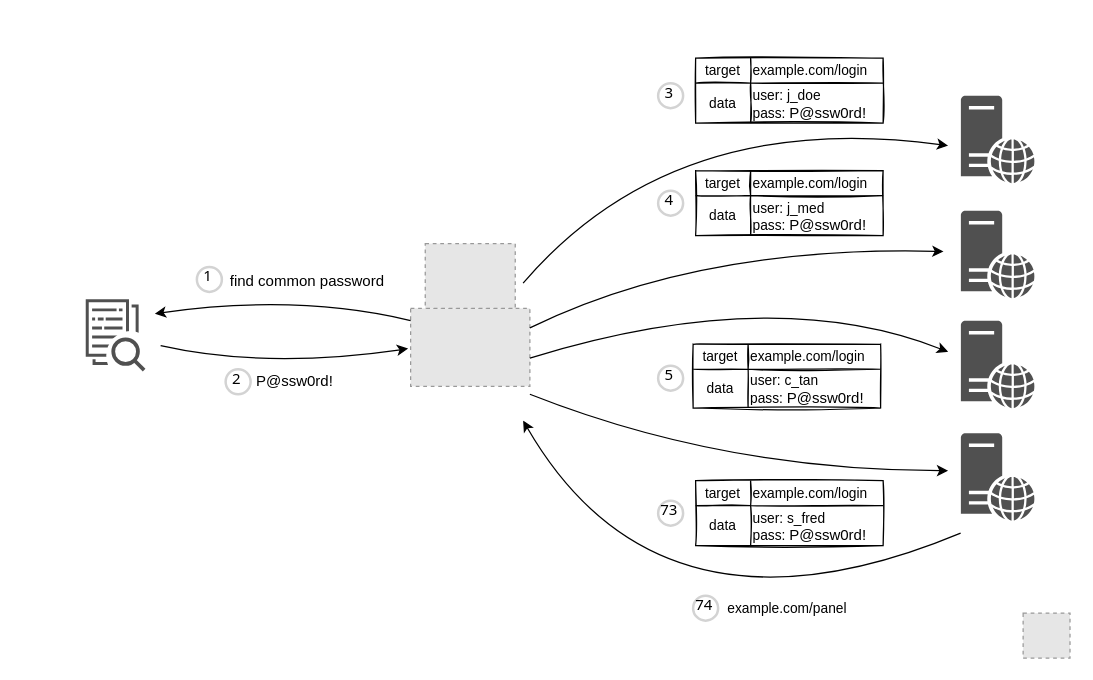
Earlier version of the draw.io diagram password-spraying.drawio (qeeqbox/password-spraying). Source tidied: cells renumbered, new cells numbered last; positions are measured from the earlier drawing's top-left corner, leaving out a move shared by most shapes. Both pictures are drawn from the tidied source at 125%, with x=0, y=0 at pixel (21, 21). Pictures stored in the file or linked from it are replaced by grey dashed boxes.
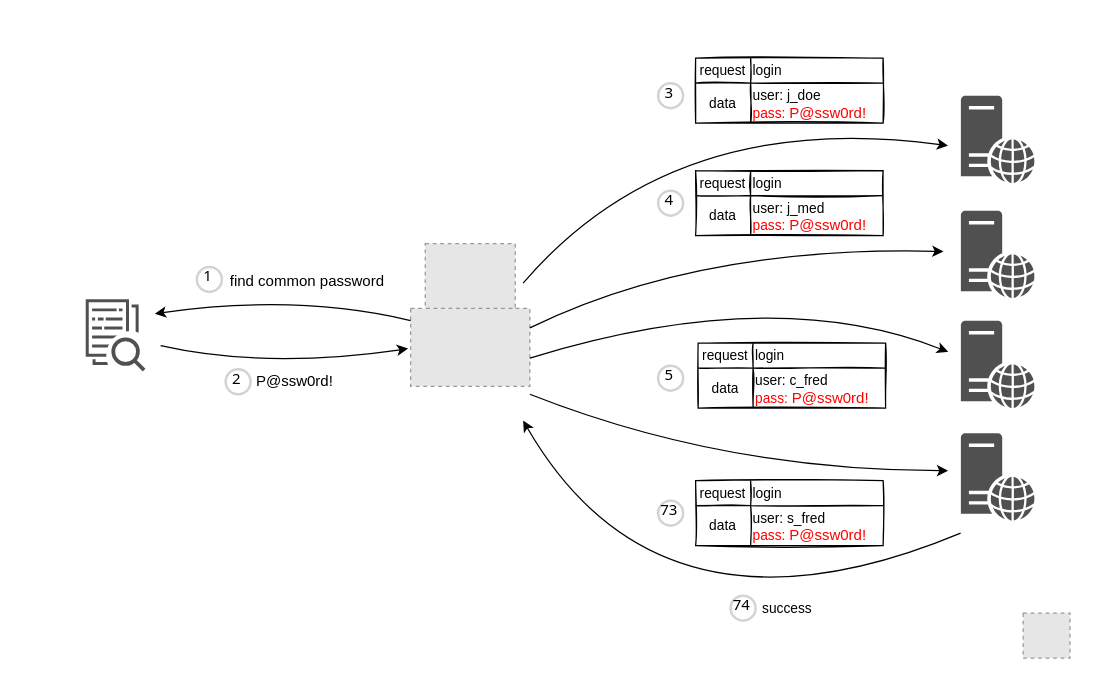
The same diagram, later.

Unchanged cells that the change refers to:
```xml
<mxCell id="15" style="shape=tableRow;horizontal=0;startSize=0;swimlaneHead=0;swimlaneBody=0;top=0;left=0;bottom=0;right=0;fillColor=none;" parent="14" vertex="1">
  <mxGeometry width="150" height="20" as="geometry" />
</mxCell>
<mxCell id="18" style="shape=tableRow;horizontal=0;startSize=0;swimlaneHead=0;swimlaneBody=0;top=0;left=0;bottom=0;right=0;fillColor=none;" parent="14" vertex="1">
  <mxGeometry y="20" width="150" height="32" as="geometry" />
</mxCell>
<mxCell id="26" style="shape=tableRow;horizontal=0;startSize=0;swimlaneHead=0;swimlaneBody=0;top=0;left=0;bottom=0;right=0;fillColor=none;" parent="25" vertex="1">
  <mxGeometry width="150" height="20" as="geometry" />
</mxCell>
<mxCell id="29" style="shape=tableRow;horizontal=0;startSize=0;swimlaneHead=0;swimlaneBody=0;top=0;left=0;bottom=0;right=0;fillColor=none;" parent="25" vertex="1">
  <mxGeometry y="20" width="150" height="32" as="geometry" />
</mxCell>
<mxCell id="40" style="shape=tableRow;horizontal=0;startSize=0;swimlaneHead=0;swimlaneBody=0;top=0;left=0;bottom=0;right=0;fillColor=none;" parent="39" vertex="1">
  <mxGeometry width="150" height="20" as="geometry" />
</mxCell>
<mxCell id="43" style="shape=tableRow;horizontal=0;startSize=0;swimlaneHead=0;swimlaneBody=0;top=0;left=0;bottom=0;right=0;fillColor=none;" parent="39" vertex="1">
  <mxGeometry y="20" width="150" height="32" as="geometry" />
</mxCell>
```

Diff of the diagram source:
```diff
@@
-    <mxCell id="16" value="&lt;font style=&quot;font-size: 11px&quot;&gt;target&lt;/font&gt;" style="shape=partialRectangle;html=1;whiteSpace=wrap;fillColor=none;top=0;left=0;bottom=0;right=0;overflow=hidden;" parent="15" vertex="1">
+    <mxCell id="16" value="&lt;font style=&quot;font-size: 11px&quot;&gt;request&lt;/font&gt;" style="shape=partialRectangle;html=1;whiteSpace=wrap;fillColor=none;top=0;left=0;bottom=0;right=0;overflow=hidden;" parent="15" vertex="1">
       <mxGeometry width="44" height="20" as="geometry" />
     </mxCell>
-    <mxCell id="17" value="&lt;span style=&quot;text-align: center&quot;&gt;&lt;font style=&quot;font-size: 11px&quot;&gt;example.com/login&lt;/font&gt;&lt;/span&gt;" style="shape=partialRectangle;html=1;whiteSpace=wrap;fillColor=none;top=0;left=0;bottom=0;right=0;overflow=hidden;align=left;" parent="15" vertex="1">
+    <mxCell id="17" value="&lt;span style=&quot;text-align: center&quot;&gt;&lt;font style=&quot;font-size: 11px&quot;&gt;login&lt;/font&gt;&lt;/span&gt;" style="shape=partialRectangle;html=1;whiteSpace=wrap;fillColor=none;top=0;left=0;bottom=0;right=0;overflow=hidden;align=left;" parent="15" vertex="1">
       <mxGeometry x="44" width="106" height="20" as="geometry" />
     </mxCell>
@@
-    <mxCell id="20" value="&lt;font style=&quot;font-size: 11px&quot;&gt;&lt;span&gt;user: j_doe&lt;/span&gt;&lt;br&gt;&lt;span&gt;pass:&amp;nbsp;&lt;/span&gt;&lt;/font&gt;&lt;span style=&quot;text-align: center&quot;&gt;P@ssw0rd!&lt;/span&gt;" style="shape=partialRectangle;html=1;whiteSpace=wrap;fillColor=none;top=0;left=0;bottom=0;right=0;overflow=hidden;align=left;" parent="18" vertex="1">
+    <mxCell id="20" value="&lt;font style=&quot;font-size: 11px&quot;&gt;&lt;span&gt;user: j_doe&lt;/span&gt;&lt;br&gt;&lt;span&gt;&lt;font color=&quot;#ff0000&quot;&gt;pass:&amp;nbsp;&lt;/font&gt;&lt;/span&gt;&lt;/font&gt;&lt;span style=&quot;text-align: center&quot;&gt;&lt;font color=&quot;#ff0000&quot;&gt;P@ssw0rd!&lt;/font&gt;&lt;/span&gt;" style="shape=partialRectangle;html=1;whiteSpace=wrap;fillColor=none;top=0;left=0;bottom=0;right=0;overflow=hidden;align=left;" parent="18" vertex="1">
       <mxGeometry x="44" width="106" height="32" as="geometry" />
     </mxCell>
@@
-    <mxCell id="27" value="&lt;span style=&quot;font-size: 11px&quot;&gt;target&lt;/span&gt;" style="shape=partialRectangle;html=1;whiteSpace=wrap;fillColor=none;top=0;left=0;bottom=0;right=0;overflow=hidden;" parent="26" vertex="1">
+    <mxCell id="27" value="&lt;span style=&quot;font-size: 11px&quot;&gt;request&lt;/span&gt;" style="shape=partialRectangle;html=1;whiteSpace=wrap;fillColor=none;top=0;left=0;bottom=0;right=0;overflow=hidden;" parent="26" vertex="1">
       <mxGeometry width="44" height="20" as="geometry" />
     </mxCell>
-    <mxCell id="28" value="&lt;span style=&quot;font-size: 11px ; text-align: center&quot;&gt;example.com/login&lt;/span&gt;" style="shape=partialRectangle;html=1;whiteSpace=wrap;fillColor=none;top=0;left=0;bottom=0;right=0;overflow=hidden;align=left;" parent="26" vertex="1">
+    <mxCell id="28" value="&lt;span style=&quot;font-size: 11px ; text-align: center&quot;&gt;login&lt;/span&gt;" style="shape=partialRectangle;html=1;whiteSpace=wrap;fillColor=none;top=0;left=0;bottom=0;right=0;overflow=hidden;align=left;" parent="26" vertex="1">
       <mxGeometry x="44" width="106" height="20" as="geometry" />
     </mxCell>
@@
-    <mxCell id="31" value="&lt;font style=&quot;font-size: 11px&quot;&gt;&lt;span&gt;user: j_med&lt;/span&gt;&lt;br&gt;&lt;span&gt;pass:&amp;nbsp;&lt;/span&gt;&lt;/font&gt;&lt;span style=&quot;text-align: center&quot;&gt;P@ssw0rd!&lt;/span&gt;" style="shape=partialRectangle;html=1;whiteSpace=wrap;fillColor=none;top=0;left=0;bottom=0;right=0;overflow=hidden;align=left;" parent="29" vertex="1">
+    <mxCell id="31" value="&lt;font style=&quot;font-size: 11px&quot;&gt;&lt;span&gt;user: j_med&lt;/span&gt;&lt;br&gt;&lt;span&gt;&lt;font color=&quot;#ff0000&quot;&gt;pass:&amp;nbsp;&lt;/font&gt;&lt;/span&gt;&lt;/font&gt;&lt;span style=&quot;text-align: center&quot;&gt;&lt;font color=&quot;#ff0000&quot;&gt;P@ssw0rd!&lt;/font&gt;&lt;/span&gt;" style="shape=partialRectangle;html=1;whiteSpace=wrap;fillColor=none;top=0;left=0;bottom=0;right=0;overflow=hidden;align=left;" parent="29" vertex="1">
       <mxGeometry x="44" width="106" height="32" as="geometry" />
     </mxCell>
-    <mxCell id="32" style="shape=table;html=1;whiteSpace=wrap;startSize=0;childLayout=tableLayout;align=left;rounded=0;shadow=0;sketch=1;arcSize=0;" parent="1" vertex="1">
-      <mxGeometry x="537" y="257.9" width="150" height="51" as="geometry" />
-    </mxCell>
-    <mxCell id="33" style="shape=tableRow;horizontal=0;startSize=0;swimlaneHead=0;swimlaneBody=0;top=0;left=0;bottom=0;right=0;fillColor=none;" parent="32" vertex="1">
-      <mxGeometry width="150" height="20" as="geometry" />
-    </mxCell>
-    <mxCell id="34" value="&lt;span style=&quot;font-size: 11px&quot;&gt;target&lt;/span&gt;" style="shape=partialRectangle;html=1;whiteSpace=wrap;fillColor=none;top=0;left=0;bottom=0;right=0;overflow=hidden;" parent="33" vertex="1">
-      <mxGeometry width="44" height="20" as="geometry" />
-    </mxCell>
-    <mxCell id="35" value="&lt;span style=&quot;font-size: 11px ; text-align: center&quot;&gt;example.com/login&lt;/span&gt;" style="shape=partialRectangle;html=1;whiteSpace=wrap;fillColor=none;top=0;left=0;bottom=0;right=0;overflow=hidden;align=left;" parent="33" vertex="1">
-      <mxGeometry x="44" width="106" height="20" as="geometry" />
-    </mxCell>
-    <mxCell id="36" style="shape=tableRow;horizontal=0;startSize=0;swimlaneHead=0;swimlaneBody=0;top=0;left=0;bottom=0;right=0;fillColor=none;" parent="32" vertex="1">
-      <mxGeometry y="20" width="150" height="31" as="geometry" />
-    </mxCell>
-    <mxCell id="37" value="&lt;font style=&quot;font-size: 11px&quot;&gt;data&lt;/font&gt;" style="shape=partialRectangle;html=1;whiteSpace=wrap;fillColor=none;top=0;left=0;bottom=0;right=0;overflow=hidden;" parent="36" vertex="1">
-      <mxGeometry width="44" height="31" as="geometry" />
-    </mxCell>
-    <mxCell id="38" value="&lt;font style=&quot;font-size: 11px&quot;&gt;&lt;span&gt;user: c_tan&lt;/span&gt;&lt;br&gt;&lt;span&gt;pass:&amp;nbsp;&lt;/span&gt;&lt;/font&gt;&lt;span style=&quot;text-align: center&quot;&gt;P@ssw0rd!&lt;/span&gt;" style="shape=partialRectangle;html=1;whiteSpace=wrap;fillColor=none;top=0;left=0;bottom=0;right=0;overflow=hidden;align=left;" parent="36" vertex="1">
-      <mxGeometry x="44" width="106" height="31" as="geometry" />
-    </mxCell>
@@
-    <mxCell id="41" value="&lt;span style=&quot;font-size: 11px&quot;&gt;target&lt;/span&gt;" style="shape=partialRectangle;html=1;whiteSpace=wrap;fillColor=none;top=0;left=0;bottom=0;right=0;overflow=hidden;" parent="40" vertex="1">
+    <mxCell id="41" value="&lt;span style=&quot;font-size: 11px&quot;&gt;request&lt;/span&gt;" style="shape=partialRectangle;html=1;whiteSpace=wrap;fillColor=none;top=0;left=0;bottom=0;right=0;overflow=hidden;" parent="40" vertex="1">
       <mxGeometry width="44" height="20" as="geometry" />
     </mxCell>
-    <mxCell id="42" value="&lt;span style=&quot;font-size: 11px ; text-align: center&quot;&gt;example.com/login&lt;/span&gt;" style="shape=partialRectangle;html=1;whiteSpace=wrap;fillColor=none;top=0;left=0;bottom=0;right=0;overflow=hidden;align=left;" parent="40" vertex="1">
+    <mxCell id="42" value="&lt;span style=&quot;font-size: 11px ; text-align: center&quot;&gt;login&lt;/span&gt;" style="shape=partialRectangle;html=1;whiteSpace=wrap;fillColor=none;top=0;left=0;bottom=0;right=0;overflow=hidden;align=left;" parent="40" vertex="1">
       <mxGeometry x="44" width="106" height="20" as="geometry" />
     </mxCell>
@@
-    <mxCell id="45" value="&lt;font&gt;&lt;span style=&quot;font-size: 11px&quot;&gt;user: s_fred&lt;/span&gt;&lt;br&gt;&lt;span style=&quot;font-size: 11px&quot;&gt;pass:&amp;nbsp;&lt;/span&gt;&lt;/font&gt;&lt;span style=&quot;text-align: center&quot;&gt;P@ssw0rd!&lt;/span&gt;" style="shape=partialRectangle;html=1;whiteSpace=wrap;fillColor=none;top=0;left=0;bottom=0;right=0;overflow=hidden;align=left;" parent="43" vertex="1">
+    <mxCell id="45" value="&lt;font&gt;&lt;span style=&quot;font-size: 11px&quot;&gt;user: s_fred&lt;/span&gt;&lt;br&gt;&lt;span style=&quot;font-size: 11px&quot;&gt;&lt;font color=&quot;#ff0000&quot;&gt;pass:&amp;nbsp;&lt;/font&gt;&lt;/span&gt;&lt;/font&gt;&lt;span style=&quot;text-align: center&quot;&gt;&lt;font color=&quot;#ff0000&quot;&gt;P@ssw0rd!&lt;/font&gt;&lt;/span&gt;" style="shape=partialRectangle;html=1;whiteSpace=wrap;fillColor=none;top=0;left=0;bottom=0;right=0;overflow=hidden;align=left;" parent="43" vertex="1">
       <mxGeometry x="44" width="106" height="32" as="geometry" />
     </mxCell>
@@
-    <mxCell id="54" value="&lt;span style=&quot;font-size: 11px&quot;&gt;example&lt;/span&gt;&lt;span style=&quot;font-size: 11px&quot;&gt;.com/panel&lt;/span&gt;" style="text;html=1;align=center;verticalAlign=middle;strokeColor=none;fillColor=none;" parent="1" vertex="1">
-      <mxGeometry x="557" y="459" width="110" height="20" as="geometry" />
+    <mxCell id="54" value="&lt;span style=&quot;font-size: 11px&quot;&gt;success&lt;/span&gt;" style="text;html=1;align=center;verticalAlign=middle;strokeColor=none;fillColor=none;" parent="1" vertex="1">
+      <mxGeometry x="582" y="459" width="60" height="20" as="geometry" />
     </mxCell>
     <mxCell id="55" value="74" style="ellipse;whiteSpace=wrap;html=1;strokeWidth=2;fontFamily=Tahoma;spacingBottom=4;spacingRight=2;strokeColor=#d3d3d3;" parent="1" vertex="1">
-      <mxGeometry x="537" y="459" width="20" height="20" as="geometry" />
+      <mxGeometry x="567" y="459" width="20" height="20" as="geometry" />
     </mxCell>
@@
+    <mxCell id="61" style="shape=table;html=1;whiteSpace=wrap;startSize=0;childLayout=tableLayout;align=left;rounded=0;shadow=0;sketch=1;arcSize=0;" parent="1" vertex="1">
+      <mxGeometry x="541" y="257" width="150" height="52" as="geometry" />
+    </mxCell>
+    <mxCell id="33" style="shape=tableRow;horizontal=0;startSize=0;swimlaneHead=0;swimlaneBody=0;top=0;left=0;bottom=0;right=0;fillColor=none;" parent="61" vertex="1">
+      <mxGeometry width="150" height="20" as="geometry" />
+    </mxCell>
+    <mxCell id="62" value="&lt;span style=&quot;font-size: 11px&quot;&gt;request&lt;/span&gt;" style="shape=partialRectangle;html=1;whiteSpace=wrap;fillColor=none;top=0;left=0;bottom=0;right=0;overflow=hidden;" parent="33" vertex="1">
+      <mxGeometry width="44" height="20" as="geometry" />
+    </mxCell>
+    <mxCell id="63" value="&lt;span style=&quot;font-size: 11px ; text-align: center&quot;&gt;login&lt;/span&gt;" style="shape=partialRectangle;html=1;whiteSpace=wrap;fillColor=none;top=0;left=0;bottom=0;right=0;overflow=hidden;align=left;" parent="33" vertex="1">
+      <mxGeometry x="44" width="106" height="20" as="geometry" />
+    </mxCell>
+    <mxCell id="64" style="shape=tableRow;horizontal=0;startSize=0;swimlaneHead=0;swimlaneBody=0;top=0;left=0;bottom=0;right=0;fillColor=none;" parent="61" vertex="1">
+      <mxGeometry y="20" width="150" height="32" as="geometry" />
+    </mxCell>
+    <mxCell id="37" value="&lt;font style=&quot;font-size: 11px&quot;&gt;data&lt;/font&gt;" style="shape=partialRectangle;html=1;whiteSpace=wrap;fillColor=none;top=0;left=0;bottom=0;right=0;overflow=hidden;" parent="64" vertex="1">
+      <mxGeometry width="44" height="32" as="geometry" />
+    </mxCell>
+    <mxCell id="65" value="&lt;font&gt;&lt;span style=&quot;font-size: 11px&quot;&gt;user: c_fred&lt;/span&gt;&lt;br&gt;&lt;span style=&quot;font-size: 11px&quot;&gt;&lt;font color=&quot;#ff0000&quot;&gt;pass:&amp;nbsp;&lt;/font&gt;&lt;/span&gt;&lt;/font&gt;&lt;span style=&quot;text-align: center&quot;&gt;&lt;font color=&quot;#ff0000&quot;&gt;P@ssw0rd!&lt;/font&gt;&lt;/span&gt;" style="shape=partialRectangle;html=1;whiteSpace=wrap;fillColor=none;top=0;left=0;bottom=0;right=0;overflow=hidden;align=left;" parent="64" vertex="1">
+      <mxGeometry x="44" width="106" height="32" as="geometry" />
+    </mxCell>
```
